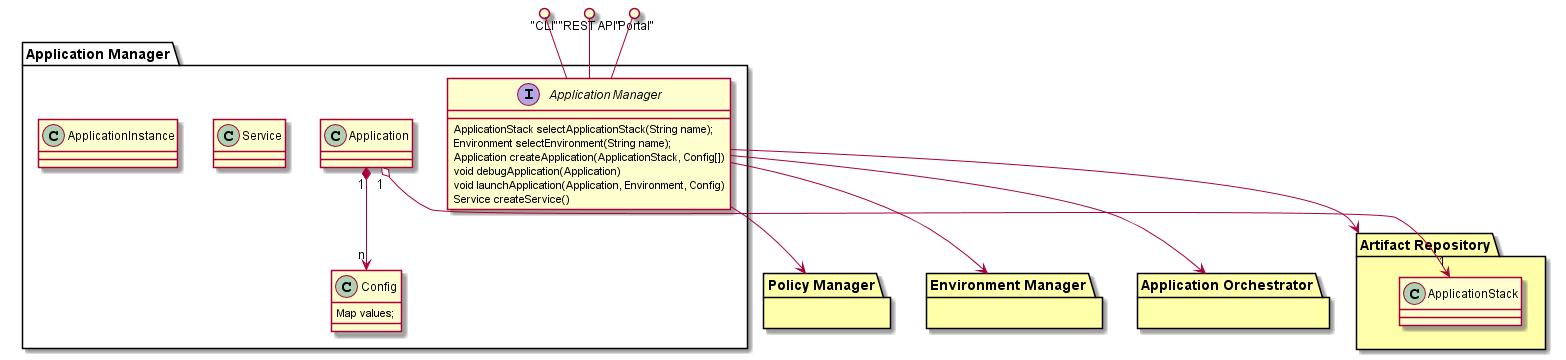
Above: docs/Solution/ApplicationManager/Logical.png in CAADE/C3 (PlantUML), before the change.
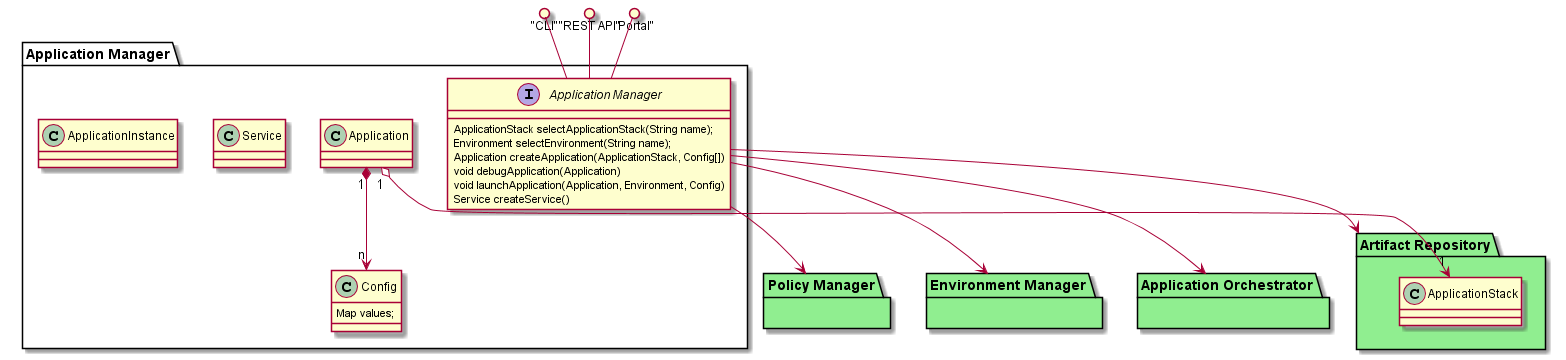
After the commit.

What changed in the source:
```diff
@@ -1,9 +1,9 @@
 @startuml
 
-package "Policy Manager"  #ffffaa {}
-package "Environment Manager" #ffffaa {}
-package "Application Orchestrator" #ffffaa {}
-package "Artifact Repository" #ffffaa {
+package "Policy Manager"  #lightgreen {}
+package "Environment Manager" #lightgreen {}
+package "Application Orchestrator" #lightgreen {}
+package "Artifact Repository" #lightgreen {
     class ApplicationStack {
     }
 }
```
